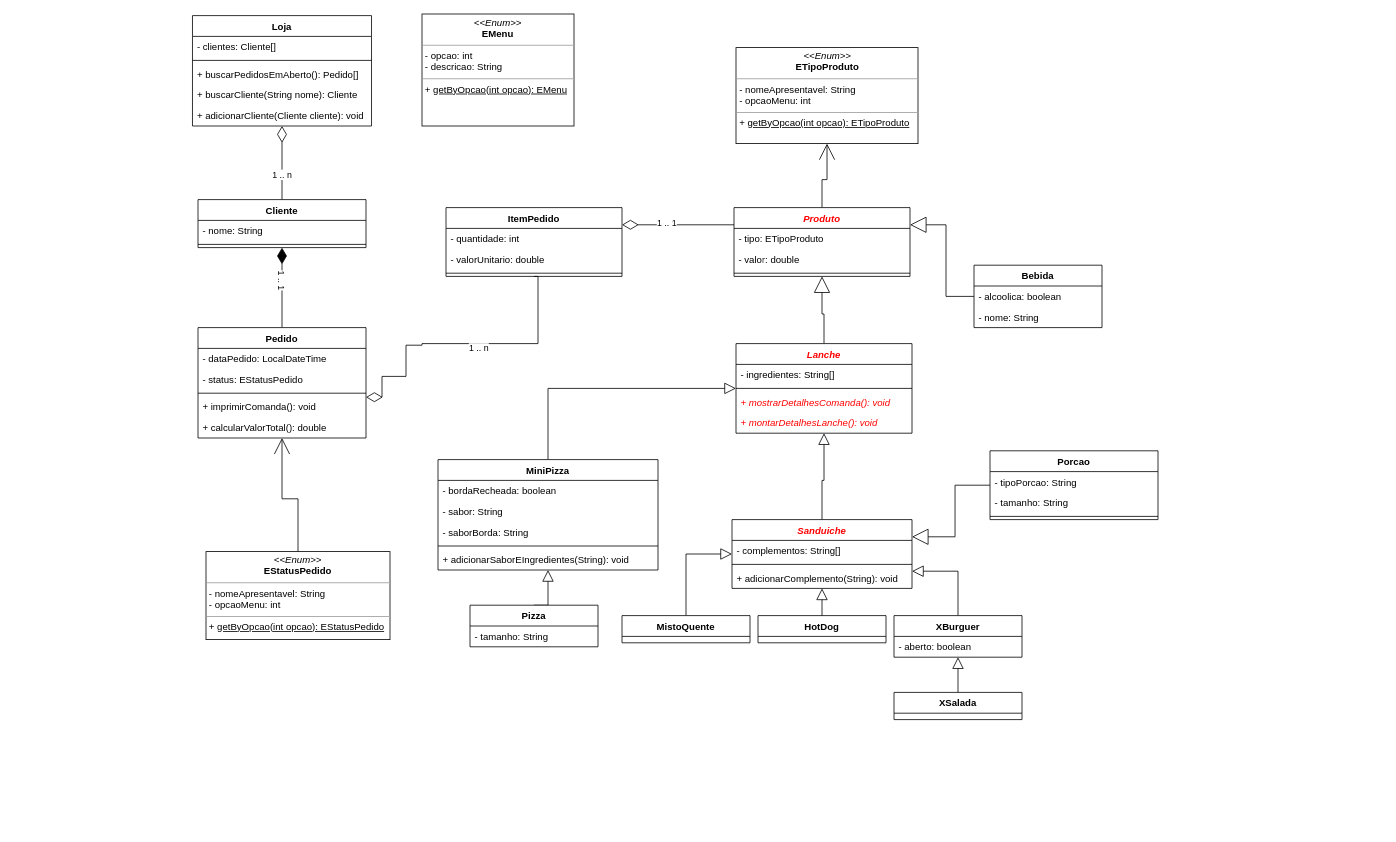
Before: page "Lanches" (1 of 8) of diagramas.drawio in hannaBanannaOF/entra21-git-inicio, a draw.io diagram. Source tidied: cells renumbered, new cells numbered last; positions are measured from the earlier drawing's top-left corner, leaving out a move shared by most shapes. Both pictures are drawn from the tidied source at 80%, with x=0, y=0 at pixel (192, 14).
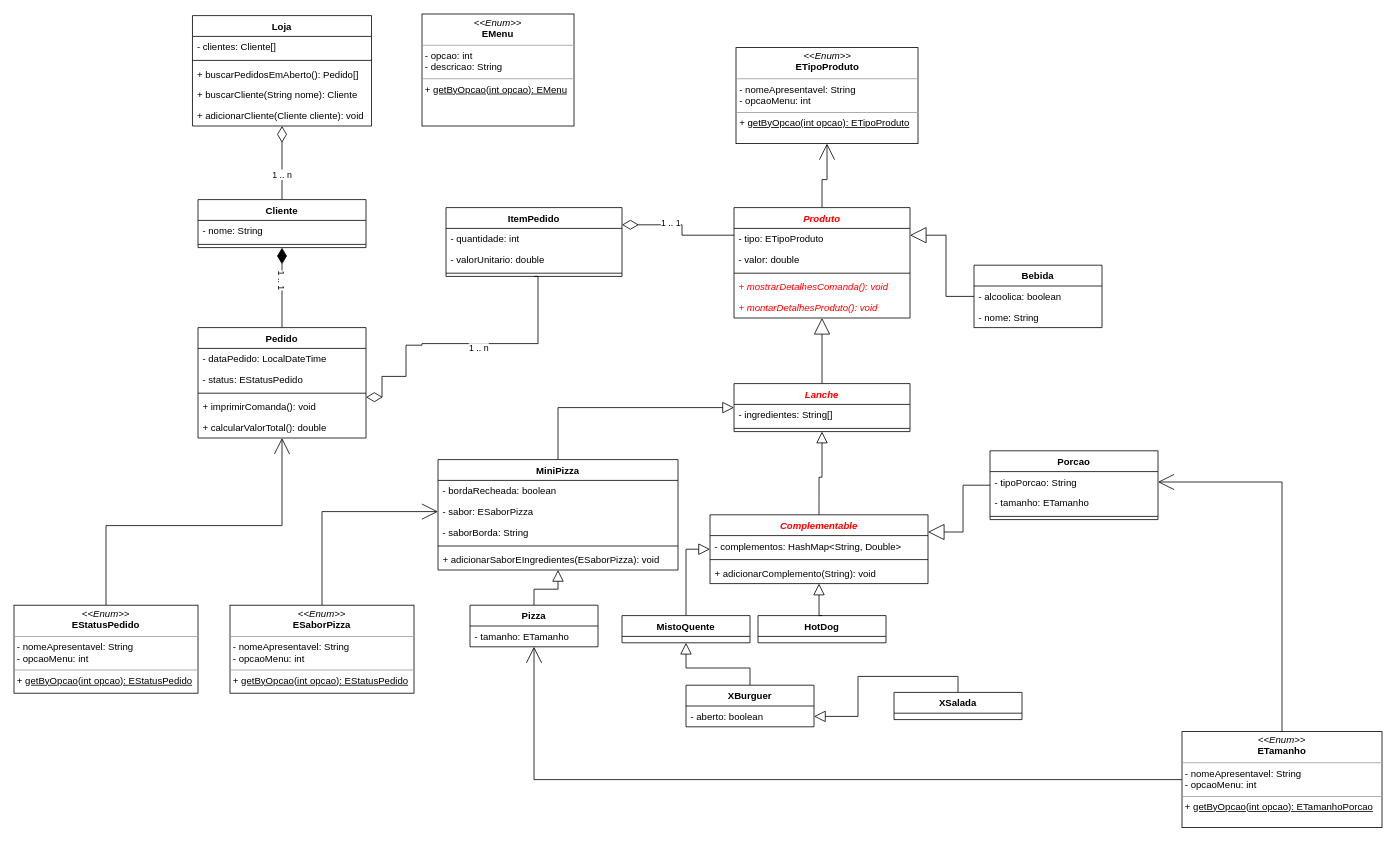
The same diagram, later.

The change refers to these unchanged cells:
```xml
<mxCell id="10" value="- aberto: boolean" style="text;strokeColor=none;fillColor=none;align=left;verticalAlign=top;spacingLeft=4;spacingRight=4;overflow=hidden;points=[[0,0.5],[1,0.5]];portConstraint=eastwest;" parent="9" vertex="1">
  <mxGeometry y="26" width="160" height="26" as="geometry" />
</mxCell>
<mxCell id="12" value="XSalada" style="swimlane;fontStyle=1;align=center;verticalAlign=top;horizontal=1;startSize=26;" parent="1" vertex="1">
  <mxGeometry x="877" y="848" width="160" height="34" as="geometry" />
</mxCell>
<mxCell id="15" value="MistoQuente" style="swimlane;fontStyle=1;align=center;verticalAlign=top;horizontal=1;startSize=26;" parent="1" vertex="1">
  <mxGeometry x="537" y="752" width="160" height="34" as="geometry" />
</mxCell>
<mxCell id="45" value="Pizza" style="swimlane;fontStyle=1;align=center;verticalAlign=top;horizontal=1;startSize=26;" parent="1" vertex="1">
  <mxGeometry x="347" y="739" width="160" height="52" as="geometry" />
</mxCell>
<mxCell id="52" value="Porcao" style="swimlane;fontStyle=1;align=center;verticalAlign=top;horizontal=1;startSize=26;fontColor=#000000;" parent="1" vertex="1">
  <mxGeometry x="997" y="546" width="210" height="86" as="geometry" />
</mxCell>
<mxCell id="53" value="- tipoPorcao: String" style="text;strokeColor=none;fillColor=none;align=left;verticalAlign=top;spacingLeft=4;spacingRight=4;overflow=hidden;points=[[0,0.5],[1,0.5]];portConstraint=eastwest;" parent="52" vertex="1">
  <mxGeometry y="26" width="210" height="26" as="geometry" />
</mxCell>
```

Diff of the diagram source:
```diff
@@
     <mxCell id="3" value="Lanche" style="swimlane;fontStyle=3;align=center;verticalAlign=top;horizontal=1;startSize=26;fontColor=#FF0000;" parent="1" vertex="1">
-      <mxGeometry x="679.5" y="412" width="220" height="112" as="geometry" />
+      <mxGeometry x="677" y="462" width="220" height="60" as="geometry" />
     </mxCell>
@@
-    <mxCell id="6" value="+ mostrarDetalhesComanda(): void" style="text;strokeColor=none;fillColor=none;align=left;verticalAlign=top;spacingLeft=4;spacingRight=4;overflow=hidden;fontStyle=2;labelBackgroundColor=none;fontColor=#FF0000;" parent="3" vertex="1">
-      <mxGeometry y="60" width="220" height="26" as="geometry" />
-    </mxCell>
-    <mxCell id="7" value="+ montarDetalhesLanche(): void" style="text;strokeColor=none;fillColor=none;align=left;verticalAlign=top;spacingLeft=4;spacingRight=4;overflow=hidden;fontStyle=2;labelBackgroundColor=none;fontColor=#FF0000;" parent="3" vertex="1">
-      <mxGeometry y="86" width="220" height="26" as="geometry" />
-    </mxCell>
-    <mxCell id="8" style="edgeStyle=orthogonalEdgeStyle;rounded=0;jettySize=auto;html=1;exitX=0.5;exitY=0;exitDx=0;exitDy=0;entryX=1;entryY=0.75;entryDx=0;entryDy=0;endArrow=block;endFill=0;endSize=12;" parent="1" edge="1" source="9" target="39">
+    <mxCell id="8" style="edgeStyle=orthogonalEdgeStyle;rounded=0;jettySize=auto;html=1;exitX=0.5;exitY=0;exitDx=0;exitDy=0;entryX=0.5;entryY=1;entryDx=0;entryDy=0;endArrow=block;endFill=0;endSize=12;" parent="1" edge="1" source="9" target="15">
       <mxGeometry relative="1" as="geometry" />
     </mxCell>
     <mxCell id="9" value="XBurguer" style="swimlane;fontStyle=1;align=center;verticalAlign=top;horizontal=1;startSize=26;" parent="1" vertex="1">
-      <mxGeometry x="877" y="752" width="160" height="52" as="geometry" />
+      <mxGeometry x="617" y="839" width="160" height="52" as="geometry" />
     </mxCell>
@@
-    <mxCell id="11" style="edgeStyle=orthogonalEdgeStyle;rounded=0;jettySize=auto;html=1;exitX=0.5;exitY=0;exitDx=0;exitDy=0;entryX=0.5;entryY=1;entryDx=0;entryDy=0;endArrow=block;endFill=0;endSize=12;" parent="1" edge="1" source="12" target="9">
+    <mxCell id="11" style="edgeStyle=orthogonalEdgeStyle;rounded=0;jettySize=auto;html=1;exitX=0.5;exitY=0;exitDx=0;exitDy=0;entryX=1;entryY=0.5;entryDx=0;entryDy=0;endArrow=block;endFill=0;endSize=12;" parent="1" edge="1" source="12" target="10">
       <mxGeometry relative="1" as="geometry" />
     </mxCell>
@@
     <mxCell id="32" value="MiniPizza" style="swimlane;fontStyle=1;align=center;verticalAlign=top;horizontal=1;startSize=26;" parent="1" vertex="1">
-      <mxGeometry x="307" y="557" width="275" height="138" as="geometry" />
+      <mxGeometry x="307" y="557" width="300" height="138" as="geometry" />
     </mxCell>
     <mxCell id="33" value="- bordaRecheada: boolean" style="text;strokeColor=none;fillColor=none;align=left;verticalAlign=top;spacingLeft=4;spacingRight=4;overflow=hidden;" parent="32" vertex="1">
-      <mxGeometry y="26" width="275" height="26" as="geometry" />
+      <mxGeometry y="26" width="300" height="26" as="geometry" />
     </mxCell>
-    <mxCell id="34" value="- sabor: String" style="text;strokeColor=none;fillColor=none;align=left;verticalAlign=top;spacingLeft=4;spacingRight=4;overflow=hidden;points=[[0,0.5],[1,0.5]];portConstraint=eastwest;" parent="32" vertex="1">
-      <mxGeometry y="52" width="275" height="26" as="geometry" />
+    <mxCell id="34" value="- sabor: ESaborPizza" style="text;strokeColor=none;fillColor=none;align=left;verticalAlign=top;spacingLeft=4;spacingRight=4;overflow=hidden;points=[[0,0.5],[1,0.5]];portConstraint=eastwest;" parent="32" vertex="1">
+      <mxGeometry y="52" width="300" height="26" as="geometry" />
     </mxCell>
     <mxCell id="35" value="- saborBorda: String" style="text;strokeColor=none;fillColor=none;align=left;verticalAlign=top;spacingLeft=4;spacingRight=4;overflow=hidden;" parent="32" vertex="1">
-      <mxGeometry y="78" width="275" height="26" as="geometry" />
+      <mxGeometry y="78" width="300" height="26" as="geometry" />
     </mxCell>
     <mxCell id="36" style="line;strokeWidth=1;fillColor=none;align=left;verticalAlign=middle;spacingTop=-1;spacingLeft=3;spacingRight=3;labelPosition=right;" parent="32" vertex="1">
-      <mxGeometry y="104" width="275" height="8" as="geometry" />
+      <mxGeometry y="104" width="300" height="8" as="geometry" />
     </mxCell>
-    <mxCell id="37" value="+ adicionarSaborEIngredientes(String): void" style="text;strokeColor=none;fillColor=none;align=left;verticalAlign=top;spacingLeft=4;spacingRight=4;overflow=hidden;" parent="32" vertex="1">
-      <mxGeometry y="112" width="275" height="26" as="geometry" />
+    <mxCell id="37" value="+ adicionarSaborEIngredientes(ESaborPizza): void" style="text;strokeColor=none;fillColor=none;align=left;verticalAlign=top;spacingLeft=4;spacingRight=4;overflow=hidden;" parent="32" vertex="1">
+      <mxGeometry y="112" width="300" height="26" as="geometry" />
     </mxCell>
@@
-    <mxCell id="39" value="Sanduiche" style="swimlane;fontStyle=3;align=center;verticalAlign=top;horizontal=1;startSize=26;fontColor=#FF0000;" parent="1" vertex="1">
-      <mxGeometry x="674.5" y="632" width="225" height="86" as="geometry" />
+    <mxCell id="39" value="Complementable" style="swimlane;fontStyle=3;align=center;verticalAlign=top;horizontal=1;startSize=26;fontColor=#FF0000;" parent="1" vertex="1">
+      <mxGeometry x="647" y="626" width="272.5" height="86" as="geometry" />
     </mxCell>
-    <mxCell id="40" value="- complementos: String[]" style="text;strokeColor=none;fillColor=none;align=left;verticalAlign=top;spacingLeft=4;spacingRight=4;overflow=hidden;" parent="39" vertex="1">
-      <mxGeometry y="26" width="225" height="26" as="geometry" />
+    <mxCell id="40" value="- complementos: HashMap&lt;String, Double&gt;" style="text;strokeColor=none;fillColor=none;align=left;verticalAlign=top;spacingLeft=4;spacingRight=4;overflow=hidden;" parent="39" vertex="1">
+      <mxGeometry y="26" width="272.5" height="26" as="geometry" />
     </mxCell>
     <mxCell id="41" style="line;strokeWidth=1;fillColor=none;align=left;verticalAlign=middle;spacingTop=-1;spacingLeft=3;spacingRight=3;labelPosition=right;fontColor=#FF0000;" parent="39" vertex="1">
-      <mxGeometry y="52" width="225" height="8" as="geometry" />
+      <mxGeometry y="52" width="272.5" height="8" as="geometry" />
     </mxCell>
     <mxCell id="42" value="+ adicionarComplemento(String): void" style="text;strokeColor=none;fillColor=none;align=left;verticalAlign=top;spacingLeft=4;spacingRight=4;overflow=hidden;" parent="39" vertex="1">
-      <mxGeometry y="60" width="225" height="26" as="geometry" />
+      <mxGeometry y="60" width="272.5" height="26" as="geometry" />
     </mxCell>
@@
-    <mxCell id="46" value="- tamanho: String" style="text;strokeColor=none;fillColor=none;align=left;verticalAlign=top;spacingLeft=4;spacingRight=4;overflow=hidden;" parent="45" vertex="1">
+    <mxCell id="46" value="- tamanho: ETamanho" style="text;strokeColor=none;fillColor=none;align=left;verticalAlign=top;spacingLeft=4;spacingRight=4;overflow=hidden;" parent="45" vertex="1">
       <mxGeometry y="26" width="160" height="26" as="geometry" />
     </mxCell>
@@
-    <mxCell id="54" value="- tamanho: String" style="text;strokeColor=none;fillColor=none;align=left;verticalAlign=top;spacingLeft=4;spacingRight=4;overflow=hidden;" parent="52" vertex="1">
+    <mxCell id="54" value="- tamanho: ETamanho" style="text;strokeColor=none;fillColor=none;align=left;verticalAlign=top;spacingLeft=4;spacingRight=4;overflow=hidden;" parent="52" vertex="1">
       <mxGeometry y="52" width="210" height="26" as="geometry" />
     </mxCell>
@@
     <mxCell id="57" value="Produto" style="swimlane;fontStyle=3;align=center;verticalAlign=top;horizontal=1;startSize=26;fontColor=#FF0000;" parent="1" vertex="1">
-      <mxGeometry x="677" y="242" width="220" height="86" as="geometry" />
+      <mxGeometry x="677" y="242" width="220" height="138" as="geometry" />
     </mxCell>
@@
+    <mxCell id="6" value="+ mostrarDetalhesComanda(): void" style="text;strokeColor=none;fillColor=none;align=left;verticalAlign=top;spacingLeft=4;spacingRight=4;overflow=hidden;fontStyle=2;labelBackgroundColor=none;fontColor=#FF0000;" parent="57" vertex="1">
+      <mxGeometry y="86" width="220" height="26" as="geometry" />
+    </mxCell>
+    <mxCell id="7" value="+ montarDetalhesProduto(): void" style="text;strokeColor=none;fillColor=none;align=left;verticalAlign=top;spacingLeft=4;spacingRight=4;overflow=hidden;fontStyle=2;labelBackgroundColor=none;fontColor=#FF0000;" parent="57" vertex="1">
+      <mxGeometry y="112" width="220" height="26" as="geometry" />
+    </mxCell>
@@
     <mxCell id="76" value="&lt;p style=&quot;margin:0px;margin-top:4px;text-align:center;&quot;&gt;&lt;i&gt;&amp;lt;&amp;lt;Enum&amp;gt;&amp;gt;&lt;/i&gt;&lt;br&gt;&lt;b&gt;EStatusPedido&lt;/b&gt;&lt;/p&gt;&lt;hr size=&quot;1&quot;&gt;&lt;p style=&quot;margin:0px;margin-left:4px;&quot;&gt;- nomeApresentavel: String&lt;br&gt;&lt;/p&gt;&lt;p style=&quot;margin:0px;margin-left:4px;&quot;&gt;- opcaoMenu: int&lt;/p&gt;&lt;hr size=&quot;1&quot;&gt;&lt;p style=&quot;margin:0px;margin-left:4px;&quot;&gt;+&amp;nbsp;&lt;u&gt;getByOpcao(int opcao): EStatusPedido&lt;/u&gt;&lt;br&gt;&lt;/p&gt;" style="verticalAlign=top;align=left;overflow=fill;fontSize=12;fontFamily=Helvetica;html=1;" parent="1" vertex="1">
-      <mxGeometry x="17" y="672" width="230" height="110" as="geometry" />
+      <mxGeometry x="-223" y="739" width="230" height="110" as="geometry" />
     </mxCell>
+    <mxCell id="77" style="edgeStyle=orthogonalEdgeStyle;rounded=0;jettySize=auto;html=1;exitX=0.5;exitY=0;exitDx=0;exitDy=0;entryX=1;entryY=0.5;entryDx=0;entryDy=0;endArrow=open;endFill=0;endSize=18;" parent="1" edge="1" source="78" target="53">
+      <mxGeometry relative="1" as="geometry" />
+    </mxCell>
+    <mxCell id="78" value="&lt;p style=&quot;margin:0px;margin-top:4px;text-align:center;&quot;&gt;&lt;i&gt;&amp;lt;&amp;lt;Enum&amp;gt;&amp;gt;&lt;/i&gt;&lt;br&gt;&lt;b&gt;ETamanho&lt;/b&gt;&lt;/p&gt;&lt;hr size=&quot;1&quot;&gt;&lt;p style=&quot;margin:0px;margin-left:4px;&quot;&gt;- nomeApresentavel: String&lt;br&gt;&lt;/p&gt;&lt;p style=&quot;margin:0px;margin-left:4px;&quot;&gt;- opcaoMenu: int&lt;/p&gt;&lt;hr size=&quot;1&quot;&gt;&lt;p style=&quot;margin:0px;margin-left:4px;&quot;&gt;+&amp;nbsp;&lt;u&gt;getByOpcao(int opcao): ETamanhoPorcao&lt;/u&gt;&lt;br&gt;&lt;/p&gt;" style="verticalAlign=top;align=left;overflow=fill;fontSize=12;fontFamily=Helvetica;html=1;" parent="1" vertex="1">
+      <mxGeometry x="1237" y="897" width="250" height="120" as="geometry" />
+    </mxCell>
+    <mxCell id="79" style="edgeStyle=orthogonalEdgeStyle;rounded=0;jettySize=auto;html=1;exitX=0;exitY=0.5;exitDx=0;exitDy=0;endArrow=open;endFill=0;endSize=18;entryX=0.5;entryY=1;entryDx=0;entryDy=0;" parent="1" edge="1" source="78" target="45">
+      <mxGeometry relative="1" as="geometry" />
+    </mxCell>
+    <mxCell id="80" style="edgeStyle=orthogonalEdgeStyle;rounded=0;jettySize=auto;html=1;exitX=0.5;exitY=0;exitDx=0;exitDy=0;entryX=0;entryY=0.5;entryDx=0;entryDy=0;endArrow=open;endFill=0;endSize=18;" parent="1" edge="1" source="81" target="34">
+      <mxGeometry relative="1" as="geometry" />
+    </mxCell>
+    <mxCell id="81" value="&lt;p style=&quot;margin:0px;margin-top:4px;text-align:center;&quot;&gt;&lt;i&gt;&amp;lt;&amp;lt;Enum&amp;gt;&amp;gt;&lt;/i&gt;&lt;br&gt;&lt;b&gt;ESaborPizza&lt;/b&gt;&lt;/p&gt;&lt;hr size=&quot;1&quot;&gt;&lt;p style=&quot;margin:0px;margin-left:4px;&quot;&gt;- nomeApresentavel: String&lt;br&gt;&lt;/p&gt;&lt;p style=&quot;margin:0px;margin-left:4px;&quot;&gt;- opcaoMenu: int&lt;/p&gt;&lt;hr size=&quot;1&quot;&gt;&lt;p style=&quot;margin:0px;margin-left:4px;&quot;&gt;+&amp;nbsp;&lt;u&gt;getByOpcao(int opcao): EStatusPedido&lt;/u&gt;&lt;br&gt;&lt;/p&gt;" style="verticalAlign=top;align=left;overflow=fill;fontSize=12;fontFamily=Helvetica;html=1;" parent="1" vertex="1">
+      <mxGeometry x="47" y="739" width="230" height="110" as="geometry" />
+    </mxCell>
```
